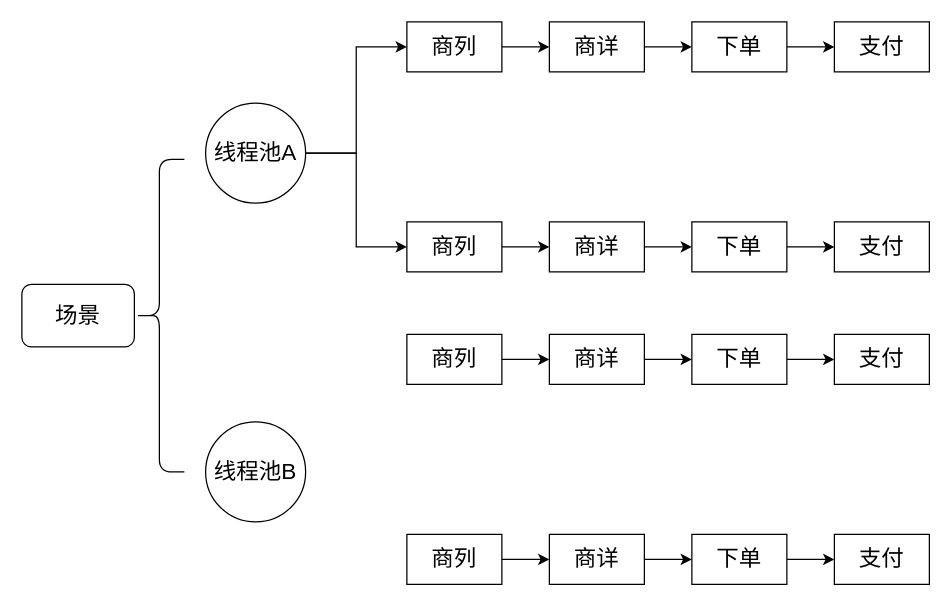
The draw.io diagram tech/presstest/presstest.drawio in waterystone/draw_io, before the edit. Source tidied: cells renumbered, new cells numbered last; positions are measured from the earlier drawing's top-left corner, leaving out a move shared by most shapes. Both pictures are drawn from the tidied source at 125%, with x=0, y=0 at pixel (21, 21).
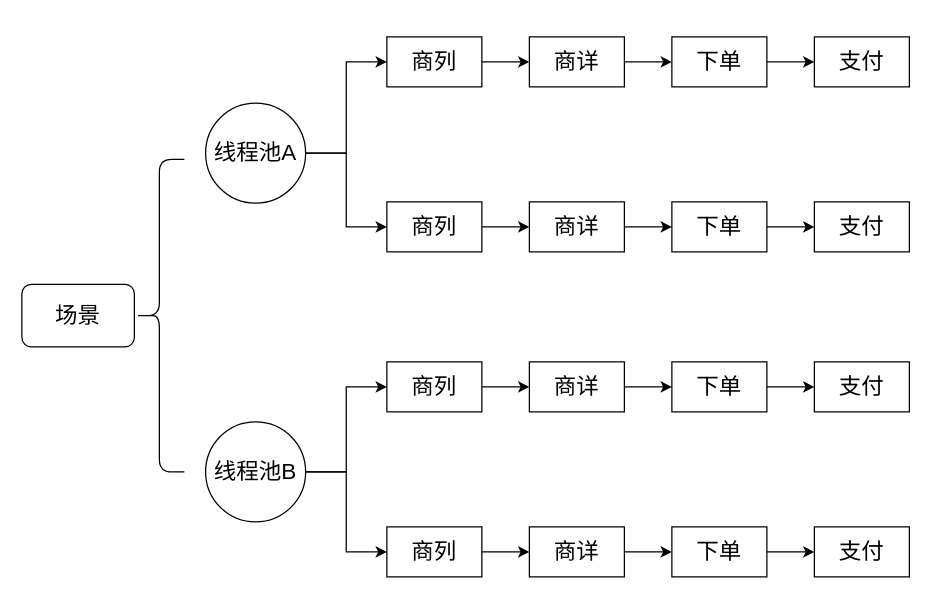
The same page after the edit.

Unchanged cells that the change refers to:
```xml
<mxCell id="6" value="线程池B" style="ellipse;whiteSpace=wrap;html=1;fontSize=18;fillColor=none;" parent="1" vertex="1">
  <mxGeometry x="147" y="320" width="80" height="80" as="geometry" />
</mxCell>
```

Change to the diagram source:
```diff
@@
+    <mxCell id="40" style="edgeStyle=orthogonalEdgeStyle;rounded=0;jettySize=auto;html=1;exitX=1;exitY=0.5;exitDx=0;exitDy=0;entryX=0;entryY=0.5;entryDx=0;entryDy=0;fontSize=18;" parent="1" edge="1" source="6" target="51">
+      <mxGeometry relative="1" as="geometry" />
+    </mxCell>
+    <mxCell id="41" style="edgeStyle=orthogonalEdgeStyle;rounded=0;jettySize=auto;html=1;exitX=1;exitY=0.5;exitDx=0;exitDy=0;entryX=0;entryY=0.5;entryDx=0;entryDy=0;fontSize=18;" parent="1" edge="1" source="6" target="43">
+      <mxGeometry relative="1" as="geometry" />
+    </mxCell>
@@
     <mxCell id="7" style="group;" parent="1" vertex="1">
-      <mxGeometry x="308" y="160" width="418" height="40" as="geometry" />
+      <mxGeometry x="292" y="144" width="418" height="40" as="geometry" />
     </mxCell>
@@
     <mxCell id="15" style="group;" parent="1" vertex="1">
-      <mxGeometry x="308" width="418" height="40" as="geometry" />
+      <mxGeometry x="292" y="12" width="418" height="40" as="geometry" />
     </mxCell>
@@
-    <mxCell id="24" style="group;" parent="1" vertex="1">
-      <mxGeometry x="308" y="410" width="418" height="40" as="geometry" />
-    </mxCell>
-    <mxCell id="25" value="商列" style="rounded=0;whiteSpace=wrap;html=1;fontSize=18;fillColor=none;" parent="24" vertex="1">
-      <mxGeometry width="76" height="40" as="geometry" />
-    </mxCell>
-    <mxCell id="26" value="商详" style="rounded=0;whiteSpace=wrap;html=1;fontSize=18;fillColor=none;" parent="24" vertex="1">
-      <mxGeometry x="114" width="76" height="40" as="geometry" />
-    </mxCell>
-    <mxCell id="27" style="edgeStyle=orthogonalEdgeStyle;rounded=0;jettySize=auto;html=1;exitX=1;exitY=0.5;exitDx=0;exitDy=0;entryX=0;entryY=0.5;entryDx=0;entryDy=0;fontSize=18;" parent="24" edge="1" source="25" target="26">
-      <mxGeometry relative="1" as="geometry" />
-    </mxCell>
-    <mxCell id="28" value="下单" style="rounded=0;whiteSpace=wrap;html=1;fontSize=18;fillColor=none;" parent="24" vertex="1">
-      <mxGeometry x="228" width="76" height="40" as="geometry" />
-    </mxCell>
-    <mxCell id="29" style="edgeStyle=orthogonalEdgeStyle;rounded=0;jettySize=auto;html=1;exitX=1;exitY=0.5;exitDx=0;exitDy=0;entryX=0;entryY=0.5;entryDx=0;entryDy=0;fontSize=18;" parent="24" edge="1" source="26" target="28">
-      <mxGeometry relative="1" as="geometry" />
-    </mxCell>
-    <mxCell id="30" value="支付" style="rounded=0;whiteSpace=wrap;html=1;fontSize=18;fillColor=none;" parent="24" vertex="1">
-      <mxGeometry x="342" width="76" height="40" as="geometry" />
-    </mxCell>
-    <mxCell id="31" style="edgeStyle=orthogonalEdgeStyle;rounded=0;jettySize=auto;html=1;exitX=1;exitY=0.5;exitDx=0;exitDy=0;entryX=0;entryY=0.5;entryDx=0;entryDy=0;fontSize=18;" parent="24" edge="1" source="28" target="30">
-      <mxGeometry relative="1" as="geometry" />
-    </mxCell>
-    <mxCell id="32" style="group;" parent="1" vertex="1">
-      <mxGeometry x="308" y="250" width="418" height="40" as="geometry" />
-    </mxCell>
-    <mxCell id="33" value="商列" style="rounded=0;whiteSpace=wrap;html=1;fontSize=18;fillColor=none;" parent="32" vertex="1">
-      <mxGeometry width="76" height="40" as="geometry" />
-    </mxCell>
-    <mxCell id="34" value="商详" style="rounded=0;whiteSpace=wrap;html=1;fontSize=18;fillColor=none;" parent="32" vertex="1">
-      <mxGeometry x="114" width="76" height="40" as="geometry" />
-    </mxCell>
-    <mxCell id="35" style="edgeStyle=orthogonalEdgeStyle;rounded=0;jettySize=auto;html=1;exitX=1;exitY=0.5;exitDx=0;exitDy=0;entryX=0;entryY=0.5;entryDx=0;entryDy=0;fontSize=18;" parent="32" edge="1" source="33" target="34">
-      <mxGeometry relative="1" as="geometry" />
-    </mxCell>
-    <mxCell id="36" value="下单" style="rounded=0;whiteSpace=wrap;html=1;fontSize=18;fillColor=none;" parent="32" vertex="1">
-      <mxGeometry x="228" width="76" height="40" as="geometry" />
-    </mxCell>
-    <mxCell id="37" style="edgeStyle=orthogonalEdgeStyle;rounded=0;jettySize=auto;html=1;exitX=1;exitY=0.5;exitDx=0;exitDy=0;entryX=0;entryY=0.5;entryDx=0;entryDy=0;fontSize=18;" parent="32" edge="1" source="34" target="36">
-      <mxGeometry relative="1" as="geometry" />
-    </mxCell>
-    <mxCell id="38" value="支付" style="rounded=0;whiteSpace=wrap;html=1;fontSize=18;fillColor=none;" parent="32" vertex="1">
-      <mxGeometry x="342" width="76" height="40" as="geometry" />
-    </mxCell>
-    <mxCell id="39" style="edgeStyle=orthogonalEdgeStyle;rounded=0;jettySize=auto;html=1;exitX=1;exitY=0.5;exitDx=0;exitDy=0;entryX=0;entryY=0.5;entryDx=0;entryDy=0;fontSize=18;" parent="32" edge="1" source="36" target="38">
-      <mxGeometry relative="1" as="geometry" />
-    </mxCell>
+    <mxCell id="42" style="group;" parent="1" vertex="1">
+      <mxGeometry x="292" y="404" width="418" height="40" as="geometry" />
+    </mxCell>
+    <mxCell id="43" value="商列" style="rounded=0;whiteSpace=wrap;html=1;fontSize=18;fillColor=none;" parent="42" vertex="1">
+      <mxGeometry width="76" height="40" as="geometry" />
+    </mxCell>
+    <mxCell id="44" value="商详" style="rounded=0;whiteSpace=wrap;html=1;fontSize=18;fillColor=none;" parent="42" vertex="1">
+      <mxGeometry x="114" width="76" height="40" as="geometry" />
+    </mxCell>
+    <mxCell id="45" style="edgeStyle=orthogonalEdgeStyle;rounded=0;jettySize=auto;html=1;exitX=1;exitY=0.5;exitDx=0;exitDy=0;entryX=0;entryY=0.5;entryDx=0;entryDy=0;fontSize=18;" parent="42" edge="1" source="43" target="44">
+      <mxGeometry relative="1" as="geometry" />
+    </mxCell>
+    <mxCell id="46" value="下单" style="rounded=0;whiteSpace=wrap;html=1;fontSize=18;fillColor=none;" parent="42" vertex="1">
+      <mxGeometry x="228" width="76" height="40" as="geometry" />
+    </mxCell>
+    <mxCell id="47" style="edgeStyle=orthogonalEdgeStyle;rounded=0;jettySize=auto;html=1;exitX=1;exitY=0.5;exitDx=0;exitDy=0;entryX=0;entryY=0.5;entryDx=0;entryDy=0;fontSize=18;" parent="42" edge="1" source="44" target="46">
+      <mxGeometry relative="1" as="geometry" />
+    </mxCell>
+    <mxCell id="48" value="支付" style="rounded=0;whiteSpace=wrap;html=1;fontSize=18;fillColor=none;" parent="42" vertex="1">
+      <mxGeometry x="342" width="76" height="40" as="geometry" />
+    </mxCell>
+    <mxCell id="49" style="edgeStyle=orthogonalEdgeStyle;rounded=0;jettySize=auto;html=1;exitX=1;exitY=0.5;exitDx=0;exitDy=0;entryX=0;entryY=0.5;entryDx=0;entryDy=0;fontSize=18;" parent="42" edge="1" source="46" target="48">
+      <mxGeometry relative="1" as="geometry" />
+    </mxCell>
+    <mxCell id="50" style="group;" parent="1" vertex="1">
+      <mxGeometry x="292" y="272" width="418" height="40" as="geometry" />
+    </mxCell>
+    <mxCell id="51" value="商列" style="rounded=0;whiteSpace=wrap;html=1;fontSize=18;fillColor=none;" parent="50" vertex="1">
+      <mxGeometry width="76" height="40" as="geometry" />
+    </mxCell>
+    <mxCell id="52" value="商详" style="rounded=0;whiteSpace=wrap;html=1;fontSize=18;fillColor=none;" parent="50" vertex="1">
+      <mxGeometry x="114" width="76" height="40" as="geometry" />
+    </mxCell>
+    <mxCell id="53" style="edgeStyle=orthogonalEdgeStyle;rounded=0;jettySize=auto;html=1;exitX=1;exitY=0.5;exitDx=0;exitDy=0;entryX=0;entryY=0.5;entryDx=0;entryDy=0;fontSize=18;" parent="50" edge="1" source="51" target="52">
+      <mxGeometry relative="1" as="geometry" />
+    </mxCell>
+    <mxCell id="54" value="下单" style="rounded=0;whiteSpace=wrap;html=1;fontSize=18;fillColor=none;" parent="50" vertex="1">
+      <mxGeometry x="228" width="76" height="40" as="geometry" />
+    </mxCell>
+    <mxCell id="55" style="edgeStyle=orthogonalEdgeStyle;rounded=0;jettySize=auto;html=1;exitX=1;exitY=0.5;exitDx=0;exitDy=0;entryX=0;entryY=0.5;entryDx=0;entryDy=0;fontSize=18;" parent="50" edge="1" source="52" target="54">
+      <mxGeometry relative="1" as="geometry" />
+    </mxCell>
+    <mxCell id="56" value="支付" style="rounded=0;whiteSpace=wrap;html=1;fontSize=18;fillColor=none;" parent="50" vertex="1">
+      <mxGeometry x="342" width="76" height="40" as="geometry" />
+    </mxCell>
+    <mxCell id="57" style="edgeStyle=orthogonalEdgeStyle;rounded=0;jettySize=auto;html=1;exitX=1;exitY=0.5;exitDx=0;exitDy=0;entryX=0;entryY=0.5;entryDx=0;entryDy=0;fontSize=18;" parent="50" edge="1" source="54" target="56">
+      <mxGeometry relative="1" as="geometry" />
+    </mxCell>
```
